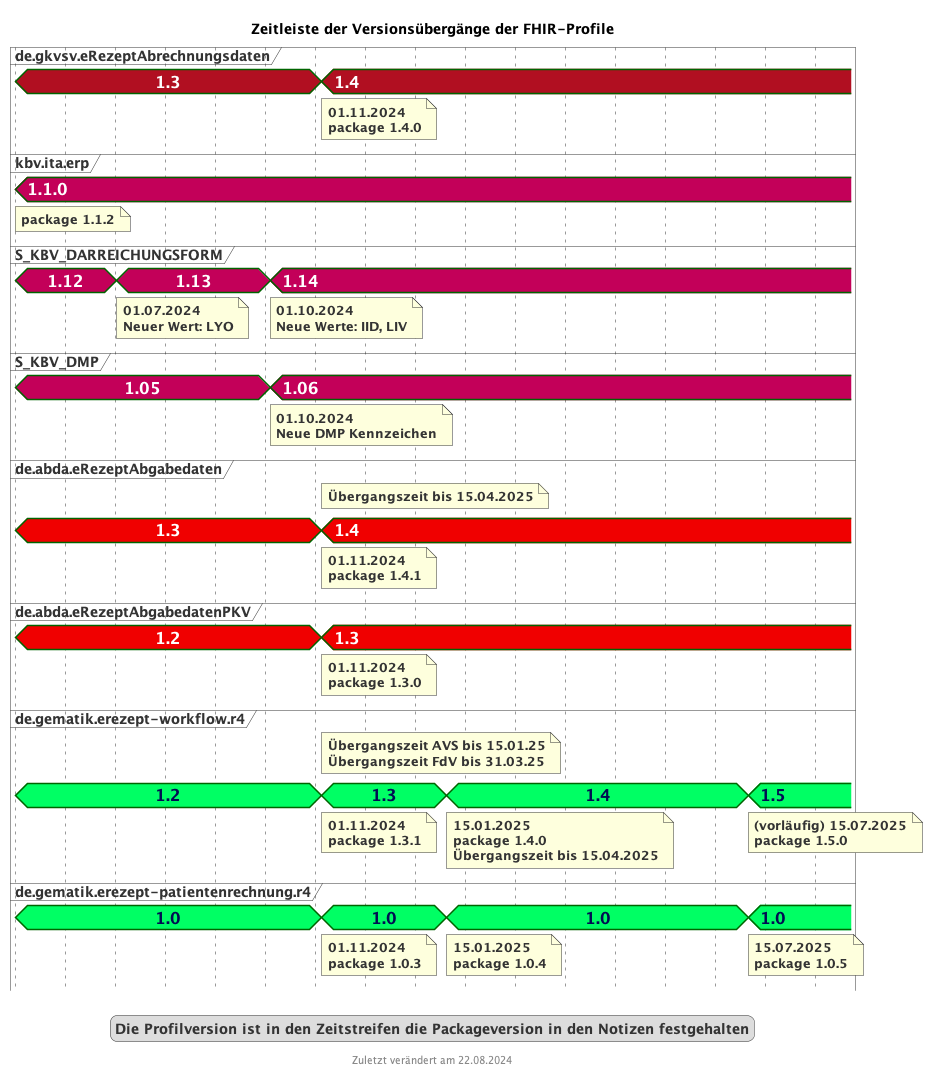
gematik/api-erp keeps this PlantUML diagram as images/puml_fhir_version_timeline.png. Above is the earlier version.
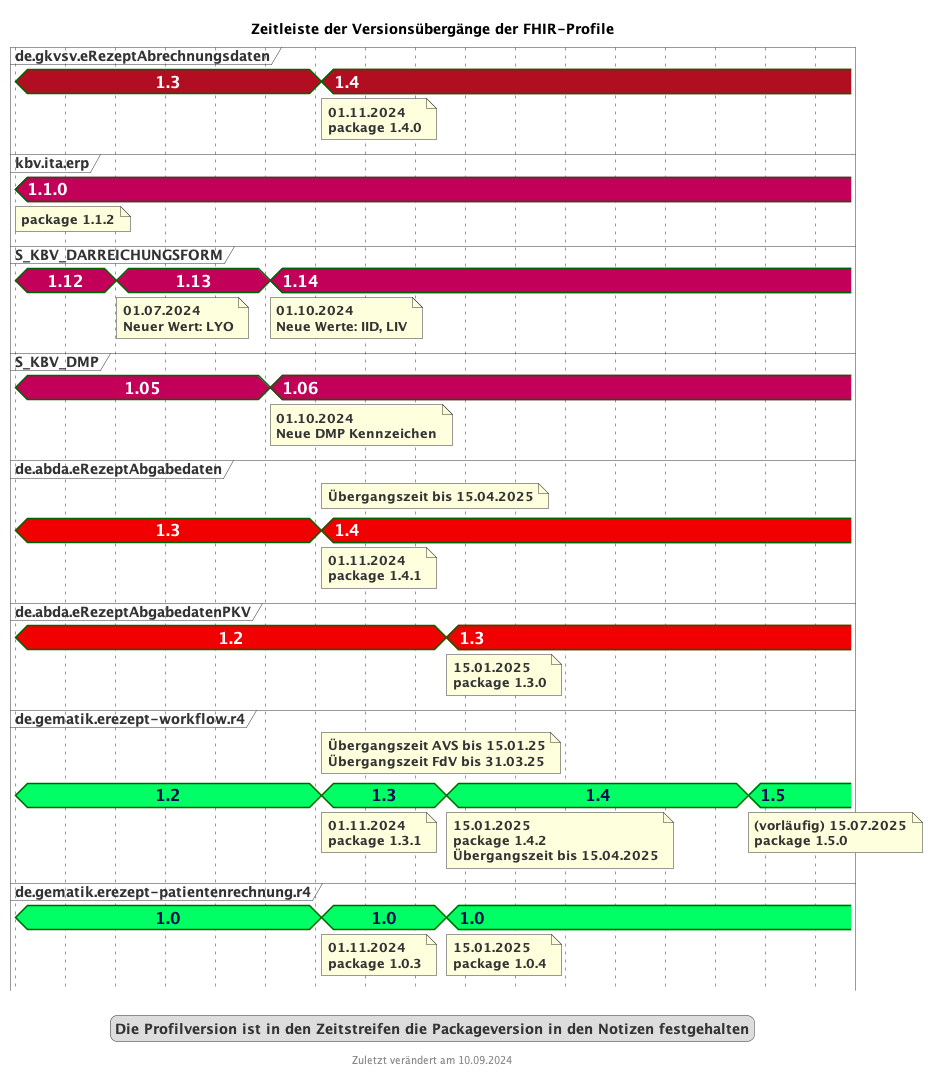
The same diagram one commit later.

Commit message:
Update FHIR Verison Timeline

Diff of the diagram source:
```diff
@@ -28,7 +28,7 @@
 }
 </style>
 title Zeitleiste der Versionsübergänge der FHIR-Profile
-footer Zuletzt verändert am 22.08.2024
+footer Zuletzt verändert am 10.09.2024
 
 
 concise "de.gkvsv.eRezeptAbrechnungsdaten" as GKV <<gkvcolor>>
@@ -76,21 +76,19 @@
 note bottom of gematik : 01.11.2024\npackage 1.3.1
 gematikpkv is 1.0
 note bottom of gematikpkv : 01.11.2024\npackage 1.0.3
-PKV is 1.3
-note bottom of PKV : 01.11.2024\npackage 1.3.0
 
 @2025/01/15
 gematik is 1.4
-note bottom of gematik : 15.01.2025\npackage 1.4.0\nÜbergangszeit bis 15.04.2025
+note bottom of gematik : 15.01.2025\npackage 1.4.2\nÜbergangszeit bis 15.04.2025
 gematikpkv is 1.0
 note bottom of gematikpkv : 15.01.2025\npackage 1.0.4
+PKV is 1.3
+note bottom of PKV : 15.01.2025\npackage 1.3.0
 
 
 @2025/07/15
 gematik is 1.5
 note bottom of gematik : (vorläufig) 15.07.2025\npackage 1.5.0
-gematikpkv is 1.0
-note bottom of gematikpkv : 15.07.2025\npackage 1.0.5
 
 @2025/08/15
 
```
